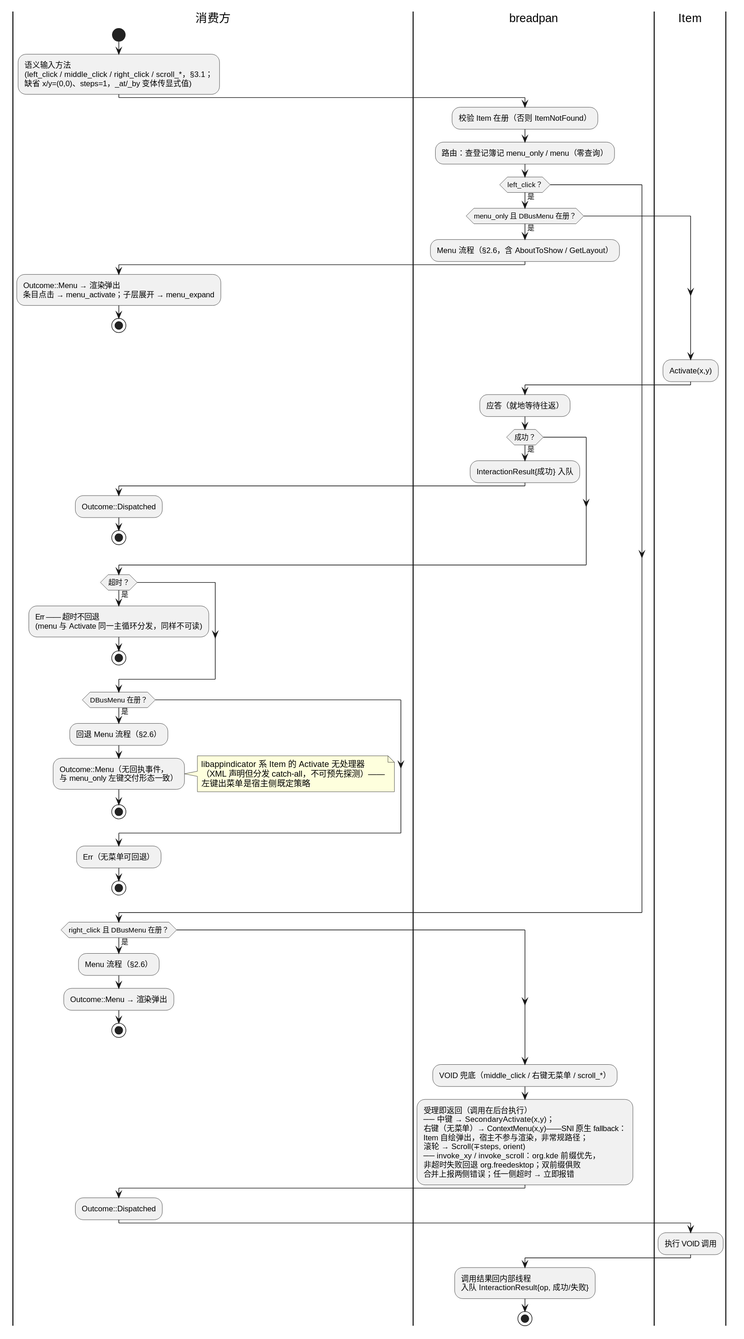
Earlier version of the PlantUML export diagram/breadpan-input-routing.svg (54m43lJ/BreadKnife).
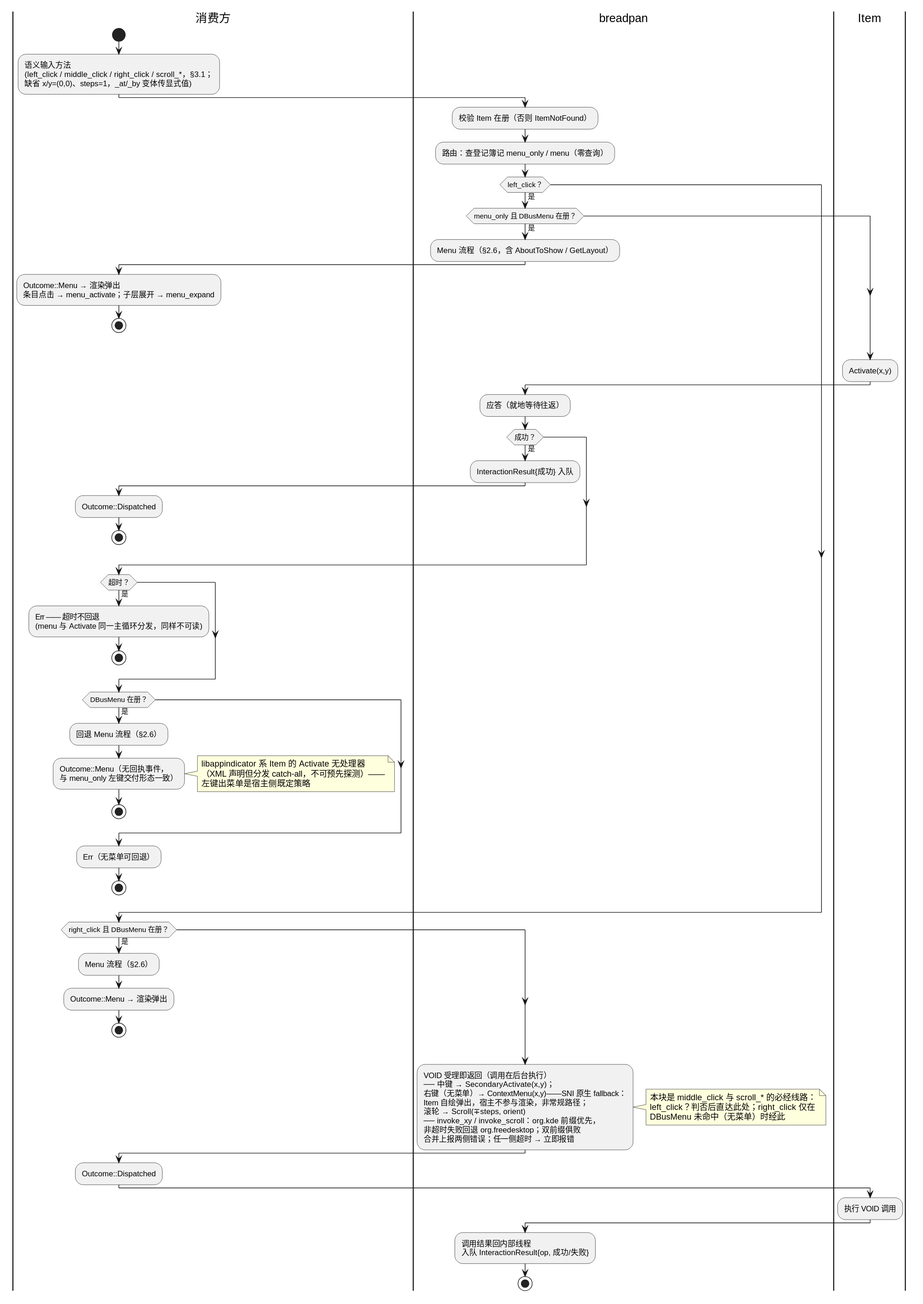
The same diagram one commit later.

Commit message:
docs(diagram): §2.7 VOID 兜底动作块改为 comment 注记

'VOID 兜底'着陆块与受理即返回动作语义重复，移除之；
middle_click 与 scroll_* 的线路去向改由挂接的 comment 注记
说明（两次判否后的必经线路）

Change to the diagram source:
```diff
@@ -54,8 +54,7 @@
   stop
 endif
 |breadpan|
-:VOID 兜底（middle_click / 右键无菜单 / scroll_*）;
-:受理即返回（调用在后台执行）
+:VOID 受理即返回（调用在后台执行）
 ── 中键 → SecondaryActivate(x,y)；
 右键（无菜单）→ ContextMenu(x,y)——SNI 原生 fallback：
 Item 自绘弹出，宿主不参与渲染，非常规路径；
@@ -63,6 +62,11 @@
 ── invoke_xy / invoke_scroll：org.kde 前缀优先，
 非超时失败回退 org.freedesktop；双前缀俱败
 合并上报两侧错误；任一侧超时 → 立即报错;
+note right
+  本块是 middle_click 与 scroll_* 的必经线路：
+  left_click？判否后直达此处；right_click 仅在
+  DBusMenu 未命中（无菜单）时经此
+end note
 |消费方|
 :Outcome::Dispatched;
 |Item|
```
